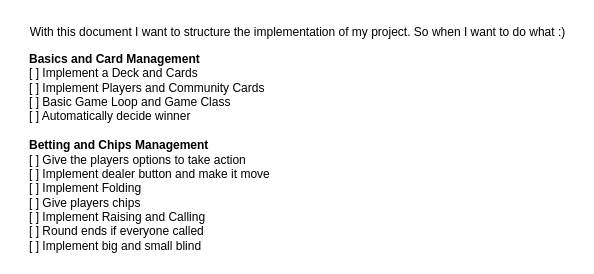
Before: design/new_tasks.drawio in YSchilling/pokernight, a draw.io diagram. Source tidied: cells renumbered, new cells numbered last; positions are measured from the earlier drawing's top-left corner, leaving out a move shared by most shapes. Both pictures are drawn from the tidied source at 100%, with x=0, y=0 at pixel (17, 17).
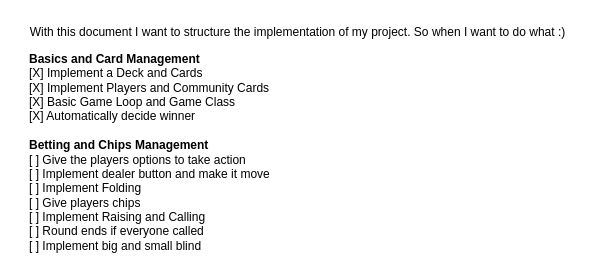
Above is the later version.

Commit message (it also covers changes not shown here):
put all the poker round logic into a separate file and class

What changed in the source:
```diff
@@
 <mxGraphModel>
   <root>
     <mxCell id="0" />
     <mxCell id="1" parent="0" />
     <mxCell id="2" value="With this document I want to structure the implementation of my project. So when I want to do what :)" style="text;html=1;align=center;verticalAlign=middle;strokeColor=none;fillColor=none;" parent="1" vertex="1">
       <mxGeometry width="560" height="30" as="geometry" />
     </mxCell>
-    <mxCell id="3" value="&lt;b&gt;Basics and Card Management&lt;/b&gt;&lt;br&gt;[ ] Implement a Deck and Cards&lt;br&gt;[ ] Implement Players and Community Cards&lt;br&gt;[ ] Basic Game Loop and Game Class&lt;br&gt;[ ] Automatically decide winner&lt;br&gt;&lt;b&gt;&lt;br&gt;Betting and Chips Management&lt;br&gt;&lt;/b&gt;[ ] Give the players options to take action&lt;br&gt;[ ] Implement dealer button and make it move&lt;br&gt;[ ] Implement Folding&lt;br&gt;[ ] Give players chips&lt;br&gt;[ ] Implement Raising and Calling&lt;br&gt;[ ] Round ends if everyone called&lt;br&gt;[ ] Implement big and small blind" style="text;html=1;align=left;verticalAlign=middle;strokeColor=none;fillColor=none;" parent="1" vertex="1">
+    <mxCell id="3" value="&lt;b&gt;Basics and Card Management&lt;/b&gt;&lt;br&gt;[X] Implement a Deck and Cards&lt;br&gt;[X] Implement Players and Community Cards&lt;br&gt;[X] Basic Game Loop and Game Class&lt;br&gt;[X] Automatically decide winner&lt;br&gt;&lt;b&gt;&lt;br&gt;Betting and Chips Management&lt;br&gt;&lt;/b&gt;[ ] Give the players options to take action&lt;br&gt;[ ] Implement dealer button and make it move&lt;br&gt;[ ] Implement Folding&lt;br&gt;[ ] Give players chips&lt;br&gt;[ ] Implement Raising and Calling&lt;br&gt;[ ] Round ends if everyone called&lt;br&gt;[ ] Implement big and small blind" style="text;html=1;align=left;verticalAlign=middle;strokeColor=none;fillColor=none;" parent="1" vertex="1">
       <mxGeometry x="10" y="30" width="260" height="210" as="geometry" />
     </mxCell>
   </root>
 </mxGraphModel>
```
